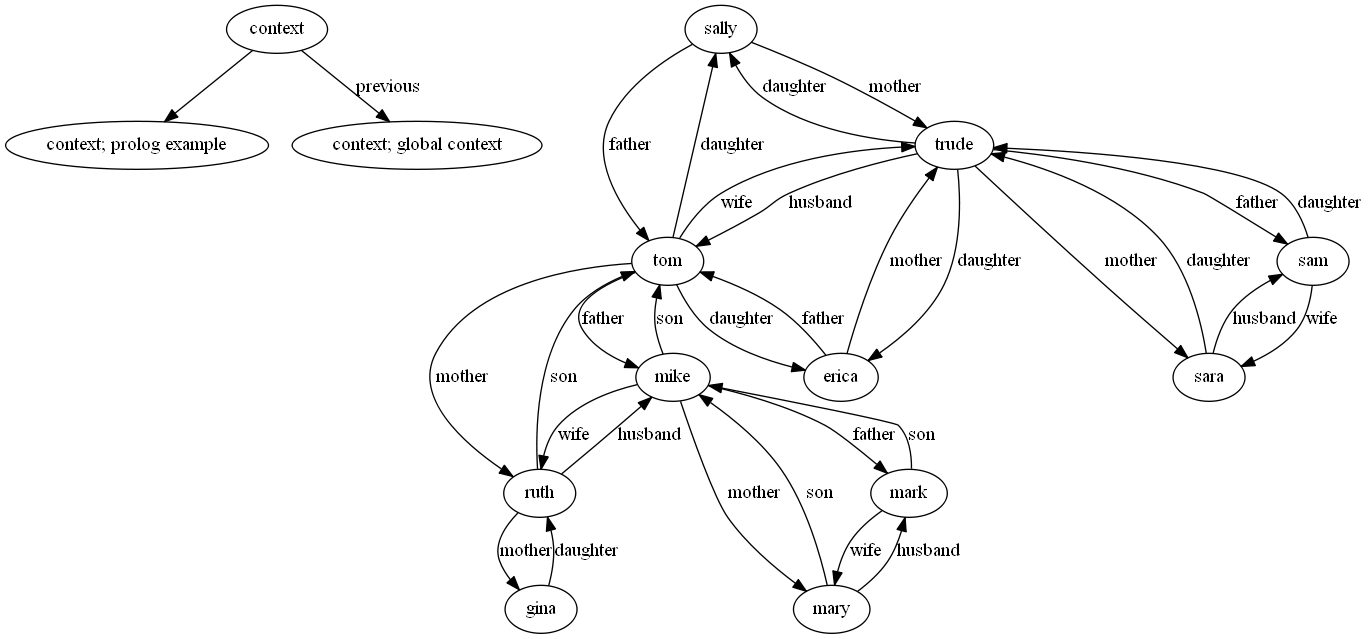
This is graph-examples/family.dot.png from GarryMorrison/Semantic-DB, a Graphviz export, as it was before one commit. Its source is kept beside it as graph-examples/family.dot.
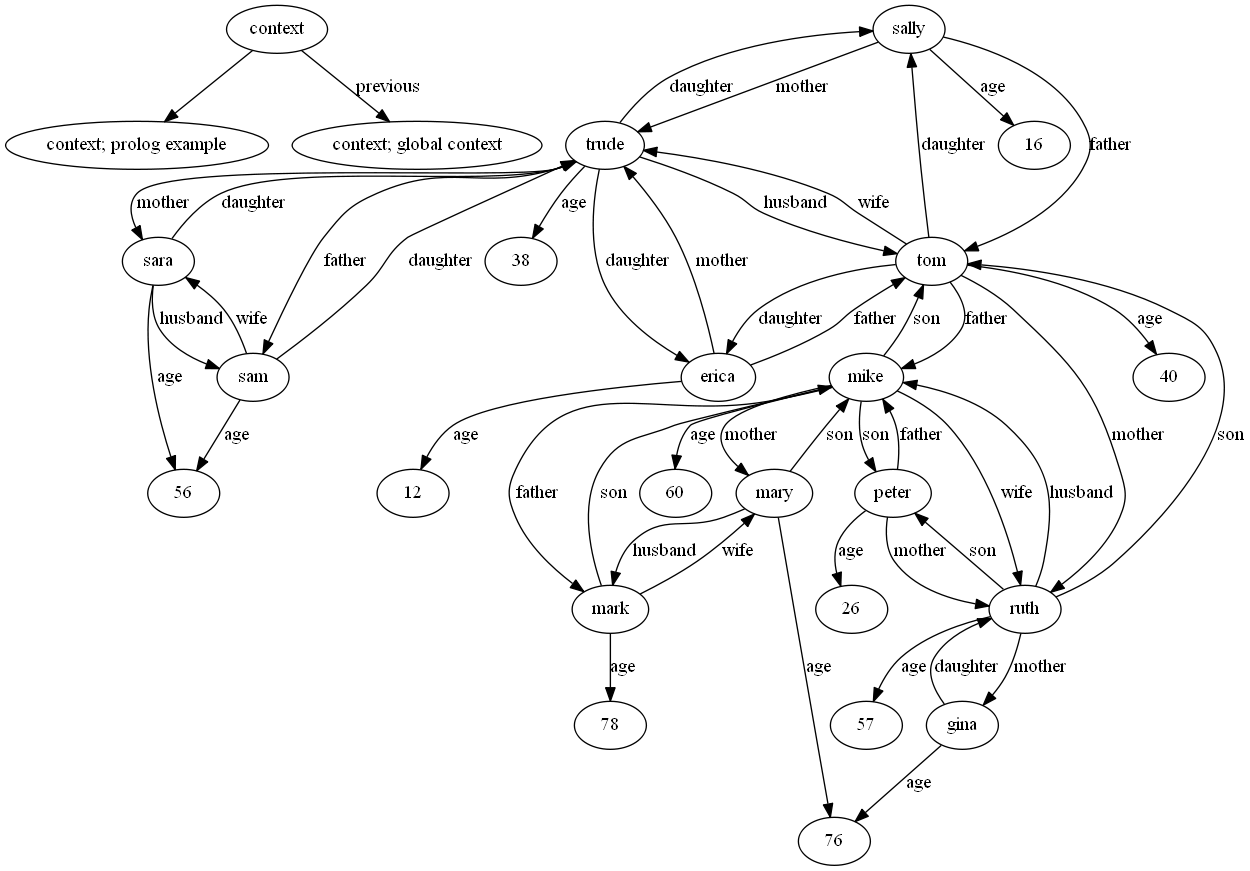
Later version of the same file.

Change to the diagram source:
```diff
@@ -3,32 +3,48 @@
 	context -> "context; global context" [label=previous arrowhead=normal]
 	sally -> trude [label=mother arrowhead=normal]
 	sally -> tom [label=father arrowhead=normal]
+	sally -> 16 [label=age arrowhead=normal]
 	erica -> trude [label=mother arrowhead=normal]
 	erica -> tom [label=father arrowhead=normal]
+	erica -> 12 [label=age arrowhead=normal]
 	trude -> sara [label=mother arrowhead=normal]
 	trude -> sam [label=father arrowhead=normal]
 	trude -> tom [label=husband arrowhead=normal]
 	trude -> sally [label=daughter arrowhead=normal]
 	trude -> erica [label=daughter arrowhead=normal]
+	trude -> 38 [label=age arrowhead=normal]
+	peter -> ruth [label=mother arrowhead=normal]
+	peter -> mike [label=father arrowhead=normal]
+	peter -> 26 [label=age arrowhead=normal]
 	tom -> ruth [label=mother arrowhead=normal]
 	tom -> mike [label=father arrowhead=normal]
 	tom -> trude [label=wife arrowhead=normal]
 	tom -> sally [label=daughter arrowhead=normal]
 	tom -> erica [label=daughter arrowhead=normal]
+	tom -> 40 [label=age arrowhead=normal]
 	sara -> sam [label=husband arrowhead=normal]
 	sara -> trude [label=daughter arrowhead=normal]
+	sara -> 56 [label=age arrowhead=normal]
 	sam -> sara [label=wife arrowhead=normal]
 	sam -> trude [label=daughter arrowhead=normal]
+	sam -> 56 [label=age arrowhead=normal]
 	ruth -> gina [label=mother arrowhead=normal]
 	ruth -> mike [label=husband arrowhead=normal]
 	ruth -> tom [label=son arrowhead=normal]
+	ruth -> peter [label=son arrowhead=normal]
+	ruth -> 57 [label=age arrowhead=normal]
 	mike -> mary [label=mother arrowhead=normal]
 	mike -> mark [label=father arrowhead=normal]
 	mike -> ruth [label=wife arrowhead=normal]
 	mike -> tom [label=son arrowhead=normal]
+	mike -> peter [label=son arrowhead=normal]
+	mike -> 60 [label=age arrowhead=normal]
 	gina -> ruth [label=daughter arrowhead=normal]
+	gina -> 76 [label=age arrowhead=normal]
 	mary -> mark [label=husband arrowhead=normal]
 	mary -> mike [label=son arrowhead=normal]
+	mary -> 76 [label=age arrowhead=normal]
 	mark -> mary [label=wife arrowhead=normal]
 	mark -> mike [label=son arrowhead=normal]
+	mark -> 78 [label=age arrowhead=normal]
 }
```
